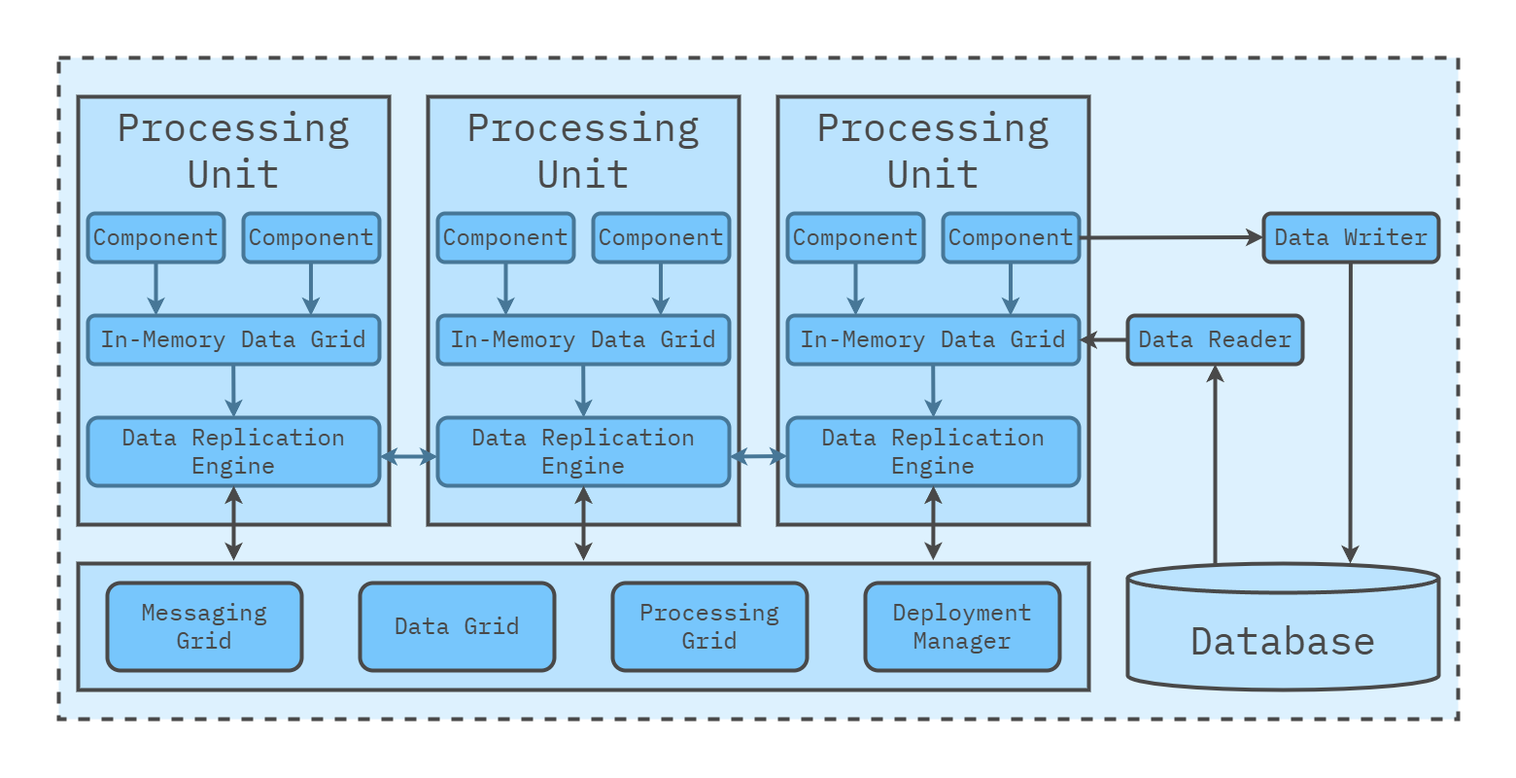
Above: images/fundamentals/space-based.drawio.png in software-architecture-guild/software-architecture-guild.github.io (draw.io), before the change. Source tidied: cells renumbered, new cells last; positions are measured from the earlier drawing's top-left corner, leaving out a move shared by most shapes.
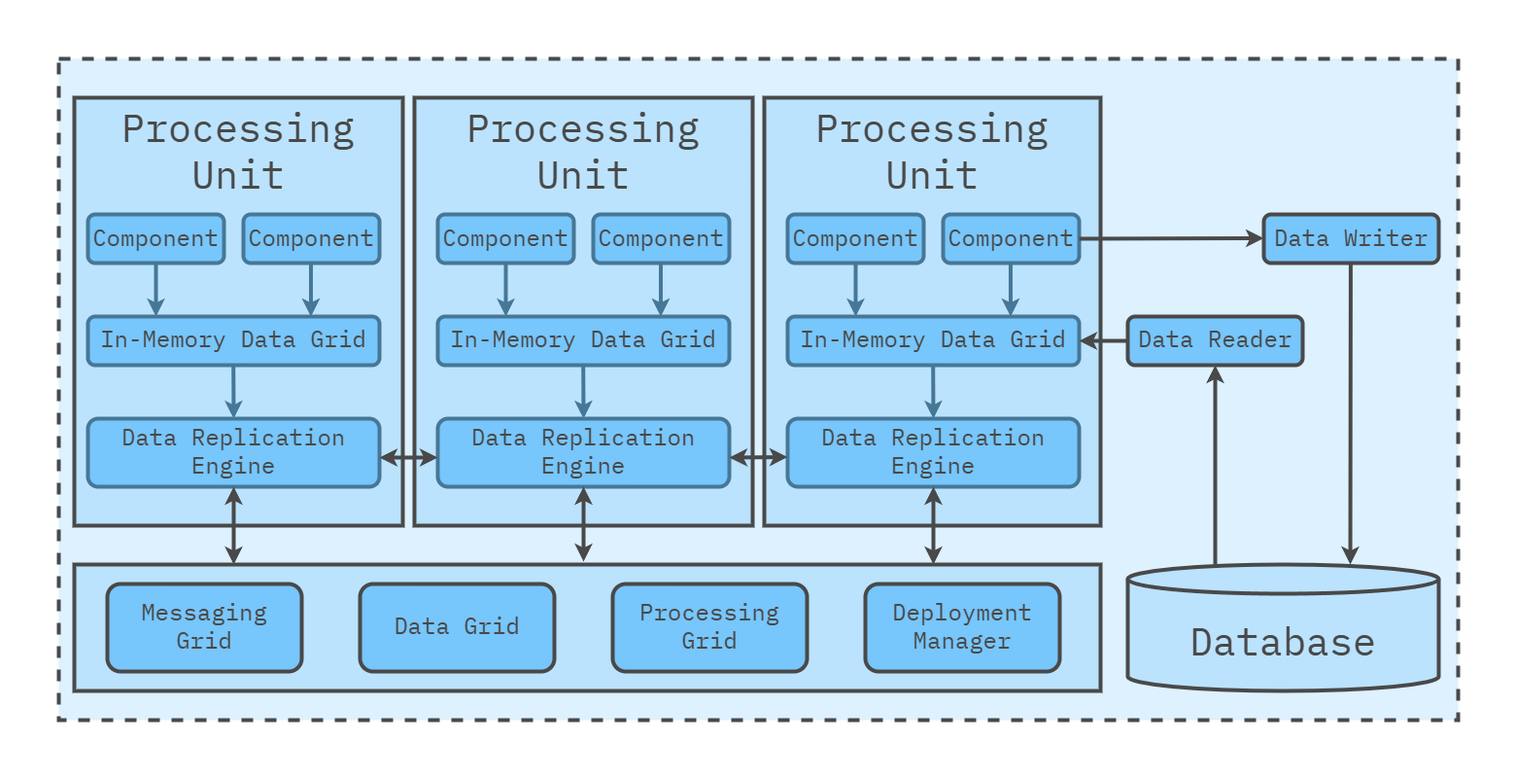
The same file after the commit.

What changed in the source:
```diff
@@ -9,16 +9,16 @@
       <mxGeometry x="60" y="60" width="1440" height="680" as="geometry" />
     </mxCell>
     <mxCell id="4" value="Processing&lt;div style=&quot;font-size: 40px;&quot;&gt;Unit&lt;/div&gt;" style="rounded=0;whiteSpace=wrap;html=1;fillColor=#bbe3fe;strokeColor=#494949;strokeWidth=4;fontFamily=IBM Plex Mono;fontSource=https%3A%2F%2Ffonts.googleapis.com%2Fcss%3Ffamily%3DIBM%2BPlex%2BMono;fontSize=40;fontColor=#494949;verticalAlign=top;" parent="1" vertex="1">
-      <mxGeometry x="80" y="100" width="320" height="440" as="geometry" />
+      <mxGeometry x="76" y="100" width="338" height="440" as="geometry" />
     </mxCell>
     <mxCell id="5" style="rounded=0;whiteSpace=wrap;html=1;fillColor=#bbe3fe;strokeColor=#494949;strokeWidth=4;fontFamily=IBM Plex Mono;fontSource=https%3A%2F%2Ffonts.googleapis.com%2Fcss%3Ffamily%3DIBM%2BPlex%2BMono;fontSize=46;fontColor=#494949;" parent="1" vertex="1">
-      <mxGeometry x="80" y="580" width="1040" height="130" as="geometry" />
+      <mxGeometry x="76" y="580" width="1056" height="130" as="geometry" />
     </mxCell>
     <mxCell id="6" value="Processing&lt;div style=&quot;font-size: 40px;&quot;&gt;Unit&lt;/div&gt;" style="rounded=0;whiteSpace=wrap;html=1;fillColor=#bbe3fe;strokeColor=#494949;strokeWidth=4;fontFamily=IBM Plex Mono;fontSource=https%3A%2F%2Ffonts.googleapis.com%2Fcss%3Ffamily%3DIBM%2BPlex%2BMono;fontSize=40;fontColor=#494949;verticalAlign=top;" parent="1" vertex="1">
-      <mxGeometry x="440" y="100" width="320" height="440" as="geometry" />
+      <mxGeometry x="426" y="100" width="348" height="440" as="geometry" />
     </mxCell>
     <mxCell id="7" value="Processing&lt;div style=&quot;font-size: 40px;&quot;&gt;Unit&lt;/div&gt;" style="rounded=0;whiteSpace=wrap;html=1;fillColor=#bbe3fe;strokeColor=#494949;strokeWidth=4;fontFamily=IBM Plex Mono;fontSource=https%3A%2F%2Ffonts.googleapis.com%2Fcss%3Ffamily%3DIBM%2BPlex%2BMono;fontSize=40;fontColor=#494949;verticalAlign=top;" parent="1" vertex="1">
-      <mxGeometry x="800" y="100" width="320" height="440" as="geometry" />
+      <mxGeometry x="786" y="100" width="346" height="440" as="geometry" />
     </mxCell>
     <mxCell id="8" value="Database" style="shape=cylinder3;whiteSpace=wrap;html=1;boundedLbl=1;backgroundOutline=1;size=15;rounded=1;strokeColor=#494949;strokeWidth=4;align=center;verticalAlign=middle;fontFamily=IBM Plex Mono;fontSource=https%3A%2F%2Ffonts.googleapis.com%2Fcss%3Ffamily%3DIBM%2BPlex%2BMono;fontSize=40;fontColor=#494949;fillColor=#bbe3fe;" parent="1" vertex="1">
       <mxGeometry x="1160" y="580" width="320" height="130" as="geometry" />
@@ -63,8 +63,10 @@
     <mxCell id="19" value="Deployment Manager" style="rounded=1;whiteSpace=wrap;html=1;fillColor=#77C6FC;strokeColor=#494949;strokeWidth=4;verticalAlign=middle;labelPosition=center;verticalLabelPosition=middle;align=center;spacing=0;spacingTop=-3;fontFamily=IBM Plex Mono;fontSize=24;fontSource=https%3A%2F%2Ffonts.googleapis.com%2Fcss%3Ffamily%3DIBM%2BPlex%2BMono;fontStyle=0;fontColor=#494949;" parent="1" vertex="1">
       <mxGeometry x="890" y="600" width="200" height="90" as="geometry" />
     </mxCell>
-    <mxCell id="20" style="endArrow=classic;html=1;rounded=0;fontFamily=IBM Plex Mono;fontSource=https%3A%2F%2Ffonts.googleapis.com%2Fcss%3Ffamily%3DIBM%2BPlex%2BMono;fontSize=64;fontColor=#494949;strokeColor=#494949;strokeWidth=4;startArrow=classic;startFill=1;exitX=0.5;exitY=1;exitDx=0;exitDy=0;entryX=0.846;entryY=-0.026;entryDx=0;entryDy=0;entryPerimeter=0;" parent="1" edge="1" source="15" target="5">
-      <mxGeometry relative="1" as="geometry" />
+    <mxCell id="20" style="endArrow=classic;html=1;rounded=0;fontFamily=IBM Plex Mono;fontSource=https%3A%2F%2Ffonts.googleapis.com%2Fcss%3Ffamily%3DIBM%2BPlex%2BMono;fontSize=64;fontColor=#494949;strokeColor=#494949;strokeWidth=4;startArrow=classic;startFill=1;exitX=0.5;exitY=1;exitDx=0;exitDy=0;" parent="1" edge="1" source="15">
+      <mxGeometry relative="1" as="geometry">
+        <mxPoint x="960" y="580" as="targetPoint" />
+      </mxGeometry>
     </mxCell>
     <mxCell id="21" value="In-Memory Data Grid" style="rounded=1;whiteSpace=wrap;html=1;fillColor=#77C6FC;strokeColor=#477797;strokeWidth=4;verticalAlign=middle;labelPosition=center;verticalLabelPosition=middle;align=center;spacing=0;spacingTop=-3;fontFamily=IBM Plex Mono;fontSize=24;fontSource=https%3A%2F%2Ffonts.googleapis.com%2Fcss%3Ffamily%3DIBM%2BPlex%2BMono;fontStyle=0;fontColor=#494949;" parent="1" vertex="1">
       <mxGeometry x="450" y="325" width="300" height="50" as="geometry" />
@@ -128,9 +130,9 @@
     <mxCell id="34" value="Data Replication Engine" style="rounded=1;whiteSpace=wrap;html=1;fillColor=#77C6FC;strokeColor=#477797;strokeWidth=4;verticalAlign=middle;labelPosition=center;verticalLabelPosition=middle;align=center;spacing=0;spacingTop=-3;fontFamily=IBM Plex Mono;fontSize=24;fontSource=https%3A%2F%2Ffonts.googleapis.com%2Fcss%3Ffamily%3DIBM%2BPlex%2BMono;fontStyle=0;fontColor=#494949;" parent="1" vertex="1">
       <mxGeometry x="90" y="430" width="300" height="70" as="geometry" />
     </mxCell>
-    <mxCell id="35" style="endArrow=classic;html=1;rounded=0;fontFamily=IBM Plex Mono;fontSource=https%3A%2F%2Ffonts.googleapis.com%2Fcss%3Ffamily%3DIBM%2BPlex%2BMono;fontSize=64;fontColor=#494949;strokeColor=#494949;strokeWidth=4;startArrow=classic;startFill=1;exitX=0.5;exitY=1;exitDx=0;exitDy=0;entryX=0.846;entryY=-0.026;entryDx=0;entryDy=0;entryPerimeter=0;" parent="1" edge="1" source="34">
+    <mxCell id="35" style="endArrow=classic;html=1;rounded=0;fontFamily=IBM Plex Mono;fontSource=https%3A%2F%2Ffonts.googleapis.com%2Fcss%3Ffamily%3DIBM%2BPlex%2BMono;fontSize=64;fontColor=#494949;strokeColor=#494949;strokeWidth=4;startArrow=classic;startFill=1;exitX=0.5;exitY=1;exitDx=0;exitDy=0;" parent="1" edge="1" source="34">
       <mxGeometry relative="1" as="geometry">
-        <mxPoint x="240" y="577" as="targetPoint" />
+        <mxPoint x="240" y="580" as="targetPoint" />
       </mxGeometry>
     </mxCell>
     <mxCell id="36" value="Component" style="rounded=1;whiteSpace=wrap;html=1;fillColor=#77C6FC;strokeColor=#477797;strokeWidth=4;verticalAlign=middle;labelPosition=center;verticalLabelPosition=middle;align=center;spacing=0;spacingTop=-3;fontFamily=IBM Plex Mono;fontSize=24;fontSource=https%3A%2F%2Ffonts.googleapis.com%2Fcss%3Ffamily%3DIBM%2BPlex%2BMono;fontStyle=0;fontColor=#494949;" parent="1" vertex="1">
@@ -142,13 +144,13 @@
     <mxCell id="38" value="Data Reader" style="rounded=1;whiteSpace=wrap;html=1;fillColor=#77C6FC;strokeColor=#494949;strokeWidth=4;verticalAlign=middle;labelPosition=center;verticalLabelPosition=middle;align=center;spacing=0;spacingTop=-3;fontFamily=IBM Plex Mono;fontSize=24;fontSource=https%3A%2F%2Ffonts.googleapis.com%2Fcss%3Ffamily%3DIBM%2BPlex%2BMono;fontStyle=0;fontColor=#494949;" parent="1" vertex="1">
       <mxGeometry x="1160" y="325" width="180" height="50" as="geometry" />
     </mxCell>
-    <mxCell id="39" style="endArrow=classic;html=1;rounded=0;fontFamily=IBM Plex Mono;fontSource=https%3A%2F%2Ffonts.googleapis.com%2Fcss%3Ffamily%3DIBM%2BPlex%2BMono;fontSize=64;fontColor=#494949;strokeColor=#477797;strokeWidth=4;startArrow=classic;startFill=1;exitX=0;exitY=0.5;exitDx=0;exitDy=0;entryX=1;entryY=0.5;entryDx=0;entryDy=0;" parent="1" edge="1">
+    <mxCell id="39" style="endArrow=classic;html=1;rounded=0;fontFamily=IBM Plex Mono;fontSource=https%3A%2F%2Ffonts.googleapis.com%2Fcss%3Ffamily%3DIBM%2BPlex%2BMono;fontSize=64;fontColor=#494949;strokeColor=#494949;strokeWidth=4;startArrow=classic;startFill=1;exitX=0;exitY=0.5;exitDx=0;exitDy=0;entryX=1;entryY=0.5;entryDx=0;entryDy=0;" parent="1" edge="1">
       <mxGeometry relative="1" as="geometry">
         <mxPoint x="450" y="470" as="sourcePoint" />
         <mxPoint x="390" y="470" as="targetPoint" />
       </mxGeometry>
     </mxCell>
-    <mxCell id="40" style="endArrow=classic;html=1;rounded=0;fontFamily=IBM Plex Mono;fontSource=https%3A%2F%2Ffonts.googleapis.com%2Fcss%3Ffamily%3DIBM%2BPlex%2BMono;fontSize=64;fontColor=#494949;strokeColor=#477797;strokeWidth=4;startArrow=classic;startFill=1;exitX=0;exitY=0.5;exitDx=0;exitDy=0;entryX=1;entryY=0.5;entryDx=0;entryDy=0;" parent="1" edge="1">
+    <mxCell id="40" style="endArrow=classic;html=1;rounded=0;fontFamily=IBM Plex Mono;fontSource=https%3A%2F%2Ffonts.googleapis.com%2Fcss%3Ffamily%3DIBM%2BPlex%2BMono;fontSize=64;fontColor=#494949;strokeColor=#494949;strokeWidth=4;startArrow=classic;startFill=1;exitX=0;exitY=0.5;exitDx=0;exitDy=0;entryX=1;entryY=0.5;entryDx=0;entryDy=0;" parent="1" edge="1">
       <mxGeometry relative="1" as="geometry">
         <mxPoint x="810" y="469.5" as="sourcePoint" />
         <mxPoint x="750" y="470" as="targetPoint" />
```
